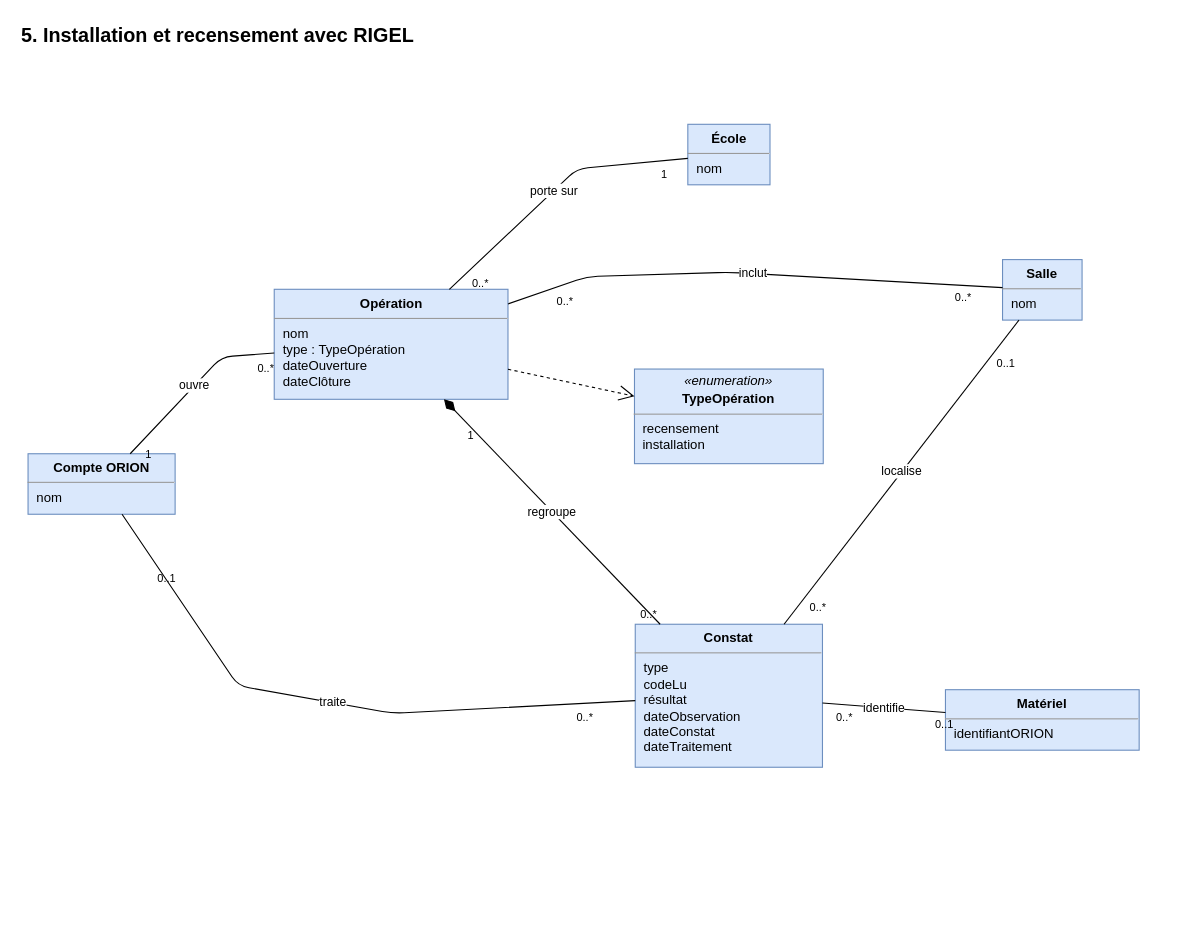
Before: page "Installation et recensement avec RIGEL" (5 of 5) of docs/02-ANALYSE/02-CAPTURE-DES-BESOINS/09-DIAGRAMME-CLASSES-METIER.drawio in bpierrelouis/aster, a draw.io diagram. Source tidied: cells renumbered, new cells numbered last; positions are measured from the earlier drawing's top-left corner, leaving out a move shared by most shapes. Both pictures are drawn from the tidied source at 110%, with x=0, y=0 at pixel (19, 19).
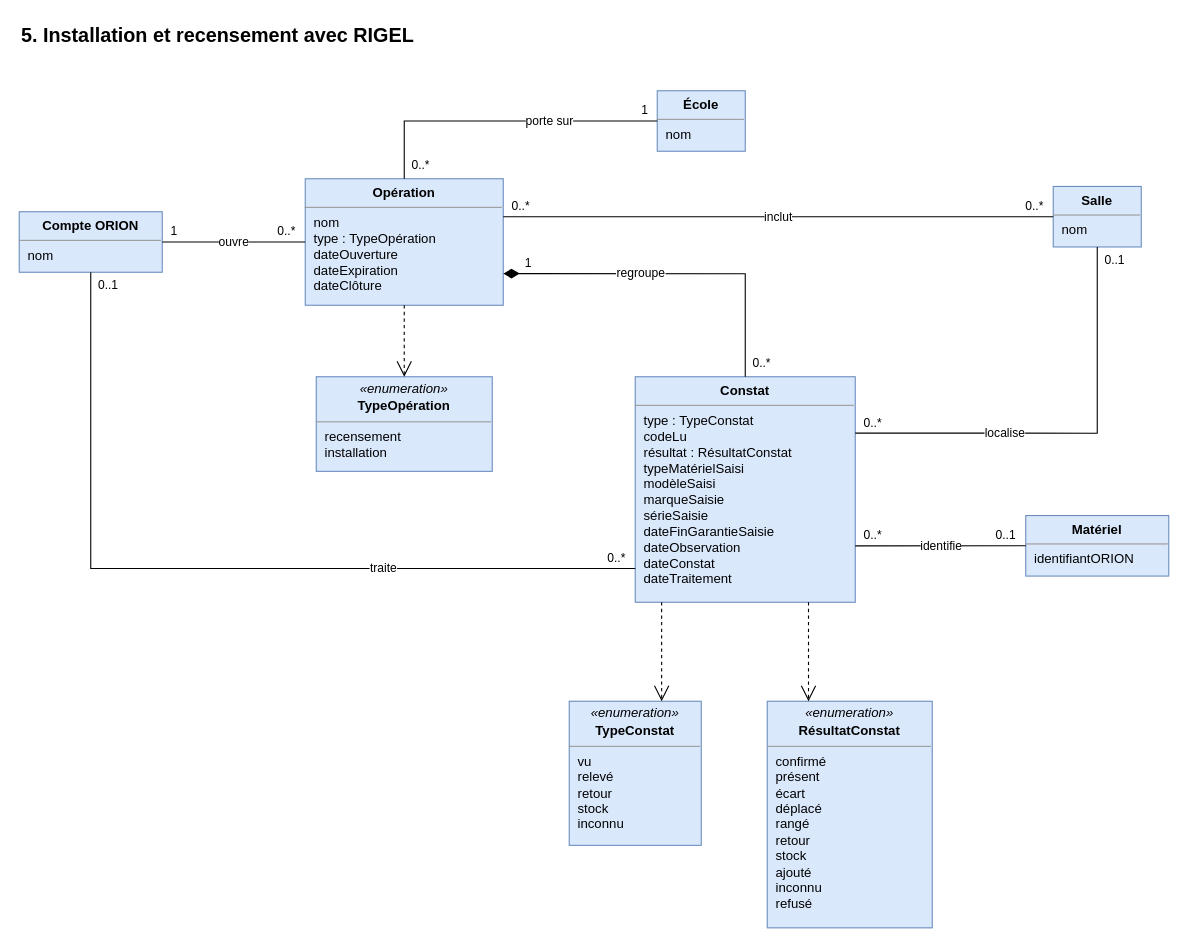
The same diagram, later.

What changed in the source:
```diff
@@
     <mxCell id="2" value="5. Installation et recensement avec RIGEL" style="text;html=1;align=left;verticalAlign=middle;strokeColor=none;fillColor=none;fontSize=18;fontStyle=1;" parent="1" vertex="1">
-      <mxGeometry width="500" height="30" as="geometry" />
+      <mxGeometry width="600" height="30" as="geometry" />
     </mxCell>
+    <mxCell id="7" value="&lt;p style=&quot;margin:0;margin-top:6px;text-align:center;&quot;&gt;&lt;b&gt;Opération&lt;/b&gt;&lt;/p&gt;&lt;hr size=&quot;1&quot;/&gt;&lt;p style=&quot;margin:0;margin-left:8px;&quot;&gt;nom&lt;br&gt;type : TypeOpération&lt;br&gt;dateOuverture&lt;br&gt;dateExpiration&lt;br&gt;dateClôture&lt;/p&gt;" style="verticalAlign=top;align=left;overflow=fill;html=1;whiteSpace=wrap;fontSize=12;fillColor=#dae8fc;strokeColor=#6c8ebf;" parent="1" vertex="1">
+      <mxGeometry x="260" y="145" width="180" height="115" as="geometry" />
+    </mxCell>
     <mxCell id="3" value="&lt;p style=&quot;margin:0;margin-top:6px;text-align:center;&quot;&gt;&lt;b&gt;Compte ORION&lt;/b&gt;&lt;/p&gt;&lt;hr size=&quot;1&quot;/&gt;&lt;p style=&quot;margin:0;margin-left:8px;&quot;&gt;nom&lt;/p&gt;" style="verticalAlign=top;align=left;overflow=fill;html=1;whiteSpace=wrap;fontSize=12;fillColor=#dae8fc;strokeColor=#6c8ebf;" parent="1" vertex="1">
-      <mxGeometry x="8" y="395" width="133.7" height="55" as="geometry" />
+      <mxGeometry y="175" width="130" height="55" as="geometry" />
     </mxCell>
+    <mxCell id="9" value="&lt;p style=&quot;margin:0;margin-top:4px;text-align:center;&quot;&gt;&lt;i&gt;«enumeration»&lt;/i&gt;&lt;/p&gt;&lt;p style=&quot;margin:0;margin-top:2px;text-align:center;&quot;&gt;&lt;b&gt;TypeOpération&lt;/b&gt;&lt;/p&gt;&lt;hr size=&quot;1&quot;/&gt;&lt;p style=&quot;margin:0;margin-left:8px;&quot;&gt;recensement&lt;br&gt;installation&lt;/p&gt;" style="verticalAlign=top;align=left;overflow=fill;html=1;whiteSpace=wrap;fontSize=12;fillColor=#dae8fc;strokeColor=#6c8ebf;" parent="1" vertex="1">
+      <mxGeometry x="270" y="325" width="160" height="86" as="geometry" />
+    </mxCell>
     <mxCell id="4" value="&lt;p style=&quot;margin:0;margin-top:6px;text-align:center;&quot;&gt;&lt;b&gt;École&lt;/b&gt;&lt;/p&gt;&lt;hr size=&quot;1&quot;/&gt;&lt;p style=&quot;margin:0;margin-left:8px;&quot;&gt;nom&lt;/p&gt;" style="verticalAlign=top;align=left;overflow=fill;html=1;whiteSpace=wrap;fontSize=12;fillColor=#dae8fc;strokeColor=#6c8ebf;" parent="1" vertex="1">
-      <mxGeometry x="607.8" y="95.5" width="74.7" height="55" as="geometry" />
+      <mxGeometry x="580" y="65" width="80" height="55" as="geometry" />
     </mxCell>
+    <mxCell id="8" value="&lt;p style=&quot;margin:0;margin-top:6px;text-align:center;&quot;&gt;&lt;b&gt;Constat&lt;/b&gt;&lt;/p&gt;&lt;hr size=&quot;1&quot;/&gt;&lt;p style=&quot;margin:0;margin-left:8px;&quot;&gt;type : TypeConstat&lt;br&gt;codeLu&lt;br&gt;résultat : RésultatConstat&lt;br&gt;typeMatérielSaisi&lt;br&gt;modèleSaisi&lt;br&gt;marqueSaisie&lt;br&gt;sérieSaisie&lt;br&gt;dateFinGarantieSaisie&lt;br&gt;dateObservation&lt;br&gt;dateConstat&lt;br&gt;dateTraitement&lt;/p&gt;" style="verticalAlign=top;align=left;overflow=fill;html=1;whiteSpace=wrap;fontSize=12;fillColor=#dae8fc;strokeColor=#6c8ebf;" parent="1" vertex="1">
+      <mxGeometry x="560" y="325" width="200" height="205" as="geometry" />
+    </mxCell>
     <mxCell id="5" value="&lt;p style=&quot;margin:0;margin-top:6px;text-align:center;&quot;&gt;&lt;b&gt;Salle&lt;/b&gt;&lt;/p&gt;&lt;hr size=&quot;1&quot;/&gt;&lt;p style=&quot;margin:0;margin-left:8px;&quot;&gt;nom&lt;/p&gt;" style="verticalAlign=top;align=left;overflow=fill;html=1;whiteSpace=wrap;fontSize=12;fillColor=#dae8fc;strokeColor=#6c8ebf;" parent="1" vertex="1">
-      <mxGeometry x="893.9" y="218.5" width="72.3" height="55" as="geometry" />
+      <mxGeometry x="940" y="152" width="80" height="55" as="geometry" />
     </mxCell>
     <mxCell id="6" value="&lt;p style=&quot;margin:0;margin-top:6px;text-align:center;&quot;&gt;&lt;b&gt;Matériel&lt;/b&gt;&lt;/p&gt;&lt;hr size=&quot;1&quot;/&gt;&lt;p style=&quot;margin:0;margin-left:8px;&quot;&gt;identifiantORION&lt;/p&gt;" style="verticalAlign=top;align=left;overflow=fill;html=1;whiteSpace=wrap;fontSize=12;fillColor=#dae8fc;strokeColor=#6c8ebf;" parent="1" vertex="1">
-      <mxGeometry x="842" y="609.5" width="176.1" height="55" as="geometry" />
+      <mxGeometry x="915" y="451.2" width="130" height="55" as="geometry" />
     </mxCell>
-    <mxCell id="7" value="&lt;p style=&quot;margin:0;margin-top:6px;text-align:center;&quot;&gt;&lt;b&gt;Opération&lt;/b&gt;&lt;/p&gt;&lt;hr size=&quot;1&quot;/&gt;&lt;p style=&quot;margin:0;margin-left:8px;&quot;&gt;nom&lt;br&gt;type : TypeOpération&lt;br&gt;dateOuverture&lt;br&gt;dateClôture&lt;/p&gt;" style="verticalAlign=top;align=left;overflow=fill;html=1;whiteSpace=wrap;fontSize=12;fillColor=#dae8fc;strokeColor=#6c8ebf;" parent="1" vertex="1">
-      <mxGeometry x="231.8" y="245.5" width="212.5" height="100" as="geometry" />
-    </mxCell>
-    <mxCell id="8" value="&lt;p style=&quot;margin:0;margin-top:6px;text-align:center;&quot;&gt;&lt;b&gt;Constat&lt;/b&gt;&lt;/p&gt;&lt;hr size=&quot;1&quot;/&gt;&lt;p style=&quot;margin:0;margin-left:8px;&quot;&gt;type&lt;br&gt;codeLu&lt;br&gt;résultat&lt;br&gt;dateObservation&lt;br&gt;dateConstat&lt;br&gt;dateTraitement&lt;/p&gt;" style="verticalAlign=top;align=left;overflow=fill;html=1;whiteSpace=wrap;fontSize=12;fillColor=#dae8fc;strokeColor=#6c8ebf;" parent="1" vertex="1">
-      <mxGeometry x="560" y="550" width="170.2" height="130" as="geometry" />
-    </mxCell>
-    <mxCell id="9" value="&lt;p style=&quot;margin:0;margin-top:4px;text-align:center;&quot;&gt;&lt;i&gt;«enumeration»&lt;/i&gt;&lt;/p&gt;&lt;p style=&quot;margin:0;margin-top:2px;text-align:center;&quot;&gt;&lt;b&gt;TypeOpération&lt;/b&gt;&lt;/p&gt;&lt;hr size=&quot;1&quot;/&gt;&lt;p style=&quot;margin:0;margin-left:8px;&quot;&gt;recensement&lt;br&gt;installation&lt;/p&gt;" style="verticalAlign=top;align=left;overflow=fill;html=1;whiteSpace=wrap;fontSize=12;fillColor=#dae8fc;strokeColor=#6c8ebf;" parent="1" vertex="1">
-      <mxGeometry x="559.3" y="318" width="171.6" height="86" as="geometry" />
-    </mxCell>
+    <mxCell id="32" value="&lt;p style=&quot;margin:0;margin-top:4px;text-align:center;&quot;&gt;&lt;i&gt;«enumeration»&lt;/i&gt;&lt;/p&gt;&lt;p style=&quot;margin:0;margin-top:2px;text-align:center;&quot;&gt;&lt;b&gt;TypeConstat&lt;/b&gt;&lt;/p&gt;&lt;hr size=&quot;1&quot;/&gt;&lt;p style=&quot;margin:0;margin-left:8px;&quot;&gt;vu&lt;br&gt;relevé&lt;br&gt;retour&lt;br&gt;stock&lt;br&gt;inconnu&lt;/p&gt;" style="verticalAlign=top;align=left;overflow=fill;html=1;whiteSpace=wrap;fontSize=12;fillColor=#dae8fc;strokeColor=#6c8ebf;" parent="1" vertex="1">
+      <mxGeometry x="500" y="620" width="120" height="131" as="geometry" />
+    </mxCell>
+    <mxCell id="33" value="&lt;p style=&quot;margin:0;margin-top:4px;text-align:center;&quot;&gt;&lt;i&gt;«enumeration»&lt;/i&gt;&lt;/p&gt;&lt;p style=&quot;margin:0;margin-top:2px;text-align:center;&quot;&gt;&lt;b&gt;RésultatConstat&lt;/b&gt;&lt;/p&gt;&lt;hr size=&quot;1&quot;/&gt;&lt;p style=&quot;margin:0;margin-left:8px;&quot;&gt;confirmé&lt;br&gt;présent&lt;br&gt;écart&lt;br&gt;déplacé&lt;br&gt;rangé&lt;br&gt;retour&lt;br&gt;stock&lt;br&gt;ajouté&lt;br&gt;inconnu&lt;br&gt;refusé&lt;/p&gt;" style="verticalAlign=top;align=left;overflow=fill;html=1;whiteSpace=wrap;fontSize=12;fillColor=#dae8fc;strokeColor=#6c8ebf;" parent="1" vertex="1">
+      <mxGeometry x="680" y="620" width="150" height="206" as="geometry" />
+    </mxCell>
-    <mxCell id="10" value="ouvre" style="html=1;rounded=0;fontSize=11;labelBackgroundColor=#ffffff;endArrow=none;startArrow=none;rounded=1;" parent="1" edge="1" source="3" target="7">
-      <mxGeometry relative="1" as="geometry">
-        <Array as="points">
-          <mxPoint x="184" y="307" />
-        </Array>
-      </mxGeometry>
+    <mxCell id="10" value="ouvre" style="html=1;edgeStyle=orthogonalEdgeStyle;rounded=0;jumpStyle=arc;jumpSize=10;fontSize=11;labelBackgroundColor=#ffffff;endArrow=none;startArrow=none;exitX=1;exitY=0.5;exitDx=0;exitDy=0;entryX=0;entryY=0.5;entryDx=0;entryDy=0;" parent="1" edge="1" source="3" target="7">
+      <mxGeometry relative="1" as="geometry" />
     </mxCell>
-    <mxCell id="11" value="1" style="edgeLabel;html=1;fontSize=10;labelBackgroundColor=none;" parent="10" vertex="1">
-      <mxGeometry x="-0.8" relative="1" as="geometry" />
-    </mxCell>
-    <mxCell id="12" value="0..*" style="edgeLabel;html=1;fontSize=10;labelBackgroundColor=none;" parent="10" vertex="1">
-      <mxGeometry x="0.8" relative="1" as="geometry" />
-    </mxCell>
+    <mxCell id="34" value="1" style="edgeLabel;html=1;fontSize=11;labelBackgroundColor=none;" parent="10" vertex="1">
+      <mxGeometry x="-1" relative="1" as="geometry">
+        <mxPoint x="6" y="-22.5" as="offset" />
+      </mxGeometry>
+    </mxCell>
+    <mxCell id="35" value="0..*" style="edgeLabel;html=1;fontSize=11;labelBackgroundColor=none;" parent="10" vertex="1">
+      <mxGeometry x="1" relative="1" as="geometry">
+        <mxPoint x="-26.6" y="-22.5" as="offset" />
+      </mxGeometry>
+    </mxCell>
+    <mxCell id="14" value="porte sur" style="html=1;edgeStyle=orthogonalEdgeStyle;rounded=0;jumpStyle=arc;jumpSize=10;fontSize=11;labelBackgroundColor=#ffffff;endArrow=none;startArrow=none;exitX=0.5;exitY=0;exitDx=0;exitDy=0;entryX=0;entryY=0.5;entryDx=0;entryDy=0;" parent="1" edge="1" source="7" target="4">
+      <mxGeometry x="0.3" relative="1" as="geometry">
+        <Array as="points">
+          <mxPoint x="350" y="92.5" />
+        </Array>
+      </mxGeometry>
+    </mxCell>
+    <mxCell id="36" value="0..*" style="edgeLabel;html=1;fontSize=11;labelBackgroundColor=none;" parent="14" vertex="1">
+      <mxGeometry x="-1" relative="1" as="geometry">
+        <mxPoint x="5" y="-25.5" as="offset" />
+      </mxGeometry>
+    </mxCell>
+    <mxCell id="37" value="1" style="edgeLabel;html=1;fontSize=11;labelBackgroundColor=none;" parent="14" vertex="1">
+      <mxGeometry x="1" relative="1" as="geometry">
+        <mxPoint x="-16.1" y="-22.5" as="offset" />
+      </mxGeometry>
+    </mxCell>
+    <mxCell id="17" value="inclut" style="html=1;edgeStyle=orthogonalEdgeStyle;rounded=0;jumpStyle=arc;jumpSize=10;fontSize=11;labelBackgroundColor=#ffffff;endArrow=none;startArrow=none;exitX=1;exitY=0.3;exitDx=0;exitDy=0;entryX=0;entryY=0.5;entryDx=0;entryDy=0;" parent="1" edge="1" source="7" target="5">
+      <mxGeometry relative="1" as="geometry" />
+    </mxCell>
+    <mxCell id="38" value="0..*" style="edgeLabel;html=1;fontSize=11;labelBackgroundColor=none;" parent="17" vertex="1">
+      <mxGeometry x="-1" relative="1" as="geometry">
+        <mxPoint x="6" y="-22.5" as="offset" />
+      </mxGeometry>
+    </mxCell>
+    <mxCell id="39" value="0..*" style="edgeLabel;html=1;fontSize=11;labelBackgroundColor=none;" parent="17" vertex="1">
+      <mxGeometry x="1" relative="1" as="geometry">
+        <mxPoint x="-26.6" y="-22.5" as="offset" />
+      </mxGeometry>
+    </mxCell>
+    <mxCell id="20" value="regroupe" style="html=1;edgeStyle=orthogonalEdgeStyle;rounded=0;jumpStyle=arc;jumpSize=10;fontSize=11;labelBackgroundColor=#ffffff;endArrow=none;startArrow=diamondThin;startFill=1;startSize=12;exitX=1;exitY=0.75;exitDx=0;exitDy=0;entryX=0.5;entryY=0;entryDx=0;entryDy=0;" parent="1" edge="1" source="7" target="8">
+      <mxGeometry x="-0.2" relative="1" as="geometry">
+        <Array as="points">
+          <mxPoint x="660" y="231.2" />
+        </Array>
+      </mxGeometry>
+    </mxCell>
+    <mxCell id="40" value="1" style="edgeLabel;html=1;fontSize=11;labelBackgroundColor=none;" parent="20" vertex="1">
+      <mxGeometry x="-1" relative="1" as="geometry">
+        <mxPoint x="18" y="-22.5" as="offset" />
+      </mxGeometry>
+    </mxCell>
+    <mxCell id="41" value="0..*" style="edgeLabel;html=1;fontSize=11;labelBackgroundColor=none;" parent="20" vertex="1">
+      <mxGeometry x="1" relative="1" as="geometry">
+        <mxPoint x="5" y="-25.5" as="offset" />
+      </mxGeometry>
+    </mxCell>
-    <mxCell id="13" style="html=1;rounded=0;fontSize=11;labelBackgroundColor=#ffffff;endArrow=open;endFill=0;endSize=12;startArrow=none;dashed=1;rounded=1;" parent="1" edge="1" source="7" target="9">
+    <mxCell id="13" style="html=1;edgeStyle=orthogonalEdgeStyle;rounded=0;jumpStyle=arc;jumpSize=10;fontSize=11;labelBackgroundColor=#ffffff;endArrow=open;endFill=0;endSize=12;startArrow=none;dashed=1;exitX=0.5;exitY=1;exitDx=0;exitDy=0;entryX=0.5;entryY=0;entryDx=0;entryDy=0;" parent="1" edge="1" source="7" target="9">
       <mxGeometry relative="1" as="geometry" />
     </mxCell>
-    <mxCell id="14" value="porte sur" style="html=1;rounded=0;fontSize=11;labelBackgroundColor=#ffffff;endArrow=none;startArrow=none;rounded=1;" parent="1" edge="1" source="7" target="4">
-      <mxGeometry relative="1" as="geometry">
-        <Array as="points">
-          <mxPoint x="507" y="136" />
-        </Array>
-      </mxGeometry>
-    </mxCell>
-    <mxCell id="15" value="0..*" style="edgeLabel;html=1;fontSize=10;labelBackgroundColor=none;" parent="14" vertex="1">
-      <mxGeometry x="-0.8" relative="1" as="geometry" />
-    </mxCell>
-    <mxCell id="16" value="1" style="edgeLabel;html=1;fontSize=10;labelBackgroundColor=none;" parent="14" vertex="1">
-      <mxGeometry x="0.8" relative="1" as="geometry" />
-    </mxCell>
-    <mxCell id="17" value="inclut" style="html=1;rounded=0;fontSize=11;labelBackgroundColor=#ffffff;endArrow=none;startArrow=none;rounded=1;" parent="1" edge="1" source="7" target="5">
-      <mxGeometry relative="1" as="geometry">
-        <Array as="points">
-          <mxPoint x="516" y="234" />
-          <mxPoint x="645" y="230" />
-        </Array>
-      </mxGeometry>
-    </mxCell>
-    <mxCell id="18" value="0..*" style="edgeLabel;html=1;fontSize=10;labelBackgroundColor=none;" parent="17" vertex="1">
-      <mxGeometry x="-0.8" relative="1" as="geometry" />
-    </mxCell>
-    <mxCell id="19" value="0..*" style="edgeLabel;html=1;fontSize=10;labelBackgroundColor=none;" parent="17" vertex="1">
-      <mxGeometry x="0.8" relative="1" as="geometry" />
-    </mxCell>
-    <mxCell id="20" value="regroupe" style="html=1;rounded=0;fontSize=11;labelBackgroundColor=#ffffff;endArrow=none;startArrow=diamondThin;startFill=1;startSize=12;rounded=1;" parent="1" edge="1" source="7" target="8">
-      <mxGeometry relative="1" as="geometry" />
-    </mxCell>
-    <mxCell id="21" value="1" style="edgeLabel;html=1;fontSize=10;labelBackgroundColor=none;" parent="20" vertex="1">
-      <mxGeometry x="-0.8" relative="1" as="geometry" />
-    </mxCell>
-    <mxCell id="22" value="0..*" style="edgeLabel;html=1;fontSize=10;labelBackgroundColor=none;" parent="20" vertex="1">
-      <mxGeometry x="0.8" relative="1" as="geometry" />
-    </mxCell>
+    <mxCell id="26" value="localise" style="html=1;edgeStyle=orthogonalEdgeStyle;rounded=0;jumpStyle=arc;jumpSize=10;fontSize=11;labelBackgroundColor=#ffffff;endArrow=none;startArrow=none;exitX=1;exitY=0.25;exitDx=0;exitDy=0;entryX=0.5;entryY=1;entryDx=0;entryDy=0;" parent="1" edge="1" source="8" target="5">
+      <mxGeometry x="-0.3" relative="1" as="geometry">
+        <Array as="points">
+          <mxPoint x="980" y="376.2" />
+        </Array>
+      </mxGeometry>
+    </mxCell>
+    <mxCell id="42" value="0..*" style="edgeLabel;html=1;fontSize=11;labelBackgroundColor=none;" parent="26" vertex="1">
+      <mxGeometry x="-1" relative="1" as="geometry">
+        <mxPoint x="6" y="-22.5" as="offset" />
+      </mxGeometry>
+    </mxCell>
+    <mxCell id="43" value="0..1" style="edgeLabel;html=1;fontSize=11;labelBackgroundColor=none;" parent="26" vertex="1">
+      <mxGeometry x="1" relative="1" as="geometry">
+        <mxPoint x="5" y="-1.5" as="offset" />
+      </mxGeometry>
+    </mxCell>
-    <mxCell id="23" value="identifie" style="html=1;rounded=0;fontSize=11;labelBackgroundColor=#ffffff;endArrow=none;startArrow=none;rounded=1;" parent="1" edge="1" source="8" target="6">
+    <mxCell id="23" value="identifie" style="html=1;edgeStyle=orthogonalEdgeStyle;rounded=0;jumpStyle=arc;jumpSize=10;fontSize=11;labelBackgroundColor=#ffffff;endArrow=none;startArrow=none;exitX=1;exitY=0.75;exitDx=0;exitDy=0;entryX=0;entryY=0.5;entryDx=0;entryDy=0;" parent="1" edge="1" source="8" target="6">
       <mxGeometry relative="1" as="geometry" />
     </mxCell>
-    <mxCell id="24" value="0..*" style="edgeLabel;html=1;fontSize=10;labelBackgroundColor=none;" parent="23" vertex="1">
-      <mxGeometry x="-0.8" relative="1" as="geometry" />
-    </mxCell>
-    <mxCell id="25" value="0..1" style="edgeLabel;html=1;fontSize=10;labelBackgroundColor=none;" parent="23" vertex="1">
-      <mxGeometry x="0.8" relative="1" as="geometry" />
-    </mxCell>
-    <mxCell id="26" value="localise" style="html=1;rounded=0;fontSize=11;labelBackgroundColor=#ffffff;endArrow=none;startArrow=none;rounded=1;" parent="1" edge="1" source="8" target="5">
-      <mxGeometry relative="1" as="geometry" />
-    </mxCell>
-    <mxCell id="27" value="0..*" style="edgeLabel;html=1;fontSize=10;labelBackgroundColor=none;" parent="26" vertex="1">
-      <mxGeometry x="-0.8" relative="1" as="geometry" />
-    </mxCell>
-    <mxCell id="28" value="0..1" style="edgeLabel;html=1;fontSize=10;labelBackgroundColor=none;" parent="26" vertex="1">
-      <mxGeometry x="0.8" relative="1" as="geometry" />
-    </mxCell>
+    <mxCell id="44" value="0..*" style="edgeLabel;html=1;fontSize=11;labelBackgroundColor=none;" parent="23" vertex="1">
+      <mxGeometry x="-1" relative="1" as="geometry">
+        <mxPoint x="6" y="-22.5" as="offset" />
+      </mxGeometry>
+    </mxCell>
+    <mxCell id="45" value="0..1" style="edgeLabel;html=1;fontSize=11;labelBackgroundColor=none;" parent="23" vertex="1">
+      <mxGeometry x="1" relative="1" as="geometry">
+        <mxPoint x="-28.4" y="-22.5" as="offset" />
+      </mxGeometry>
+    </mxCell>
-    <mxCell id="29" value="traite" style="html=1;rounded=0;fontSize=11;labelBackgroundColor=#ffffff;endArrow=none;startArrow=none;rounded=1;" parent="1" edge="1" source="3" target="8">
-      <mxGeometry relative="1" as="geometry">
+    <mxCell id="29" value="traite" style="html=1;edgeStyle=orthogonalEdgeStyle;rounded=0;jumpStyle=arc;jumpSize=10;fontSize=11;labelBackgroundColor=#ffffff;endArrow=none;startArrow=none;exitX=0.5;exitY=1;exitDx=0;exitDy=0;entryX=0;entryY=0.85;entryDx=0;entryDy=0;" parent="1" edge="1" source="3" target="8">
+      <mxGeometry x="0.4" relative="1" as="geometry">
         <Array as="points">
-          <mxPoint x="199" y="606" />
-          <mxPoint x="340" y="631" />
+          <mxPoint x="65" y="499.2" />
         </Array>
       </mxGeometry>
     </mxCell>
-    <mxCell id="30" value="0..1" style="edgeLabel;html=1;fontSize=10;labelBackgroundColor=none;" parent="29" vertex="1">
-      <mxGeometry x="-0.8" relative="1" as="geometry" />
-    </mxCell>
-    <mxCell id="31" value="0..*" style="edgeLabel;html=1;fontSize=10;labelBackgroundColor=none;" parent="29" vertex="1">
-      <mxGeometry x="0.8" relative="1" as="geometry" />
-    </mxCell>
+    <mxCell id="46" value="0..1" style="edgeLabel;html=1;fontSize=11;labelBackgroundColor=none;" parent="29" vertex="1">
+      <mxGeometry x="-1" relative="1" as="geometry">
+        <mxPoint x="5" y="-1.5" as="offset" />
+      </mxGeometry>
+    </mxCell>
+    <mxCell id="47" value="0..*" style="edgeLabel;html=1;fontSize=11;labelBackgroundColor=none;" parent="29" vertex="1">
+      <mxGeometry x="1" relative="1" as="geometry">
+        <mxPoint x="-26.6" y="-22.5" as="offset" />
+      </mxGeometry>
+    </mxCell>
+    <mxCell id="48" style="html=1;edgeStyle=orthogonalEdgeStyle;rounded=0;jumpStyle=arc;jumpSize=10;fontSize=11;labelBackgroundColor=#ffffff;endArrow=open;endFill=0;endSize=12;startArrow=none;dashed=1;exitX=0.12;exitY=1;exitDx=0;exitDy=0;entryX=0.7;entryY=0;entryDx=0;entryDy=0;" parent="1" edge="1" source="8" target="32">
+      <mxGeometry relative="1" as="geometry" />
+    </mxCell>
+    <mxCell id="49" style="html=1;edgeStyle=orthogonalEdgeStyle;rounded=0;jumpStyle=arc;jumpSize=10;fontSize=11;labelBackgroundColor=#ffffff;endArrow=open;endFill=0;endSize=12;startArrow=none;dashed=1;exitX=0.7875;exitY=1;exitDx=0;exitDy=0;entryX=0.25;entryY=0;entryDx=0;entryDy=0;" parent="1" edge="1" source="8" target="33">
+      <mxGeometry relative="1" as="geometry" />
+    </mxCell>
```
